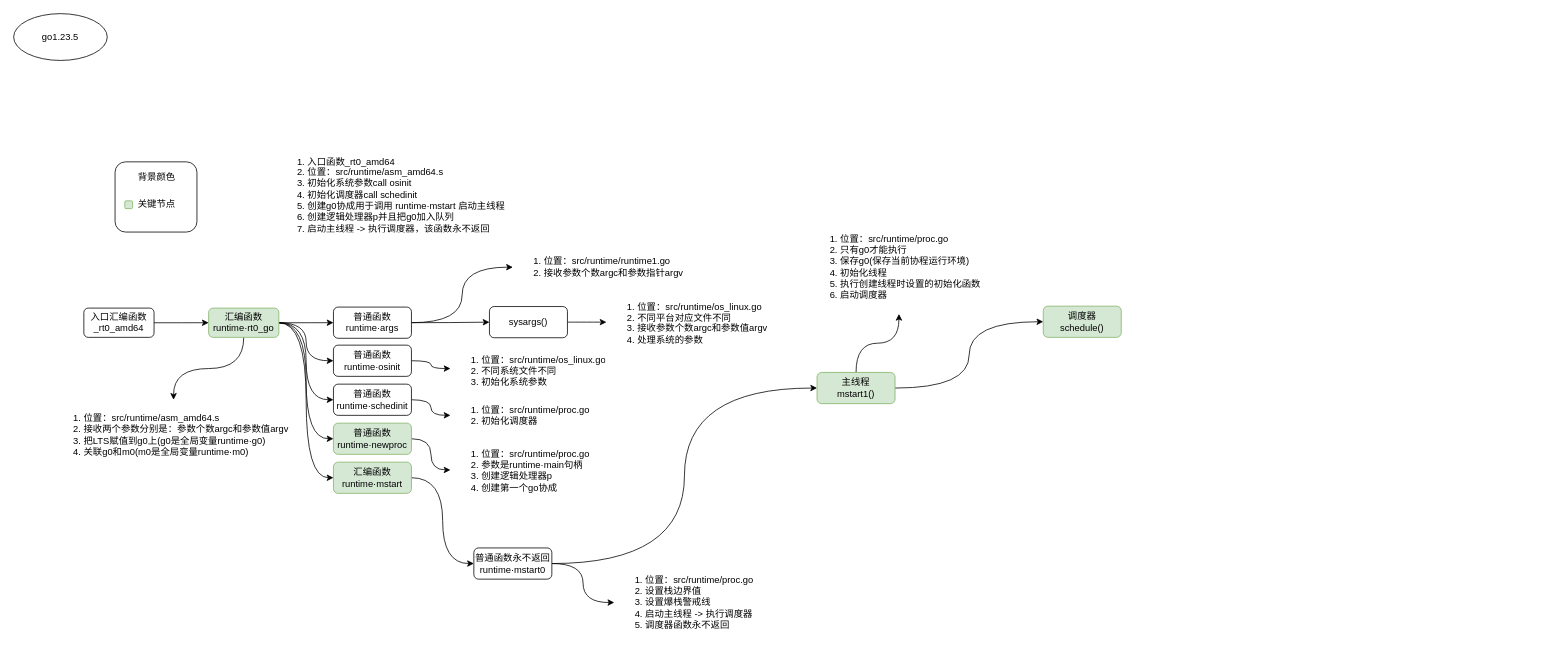
Above: book/src/MGP.drawio in fire1220/annotation-go1.23.5 (draw.io), before the change. Source tidied: cells renumbered, new cells numbered last; positions are measured from the earlier drawing's top-left corner, leaving out a move shared by most shapes. Both pictures are drawn from the tidied source at 78%, with x=0, y=0 at pixel (13, 13).
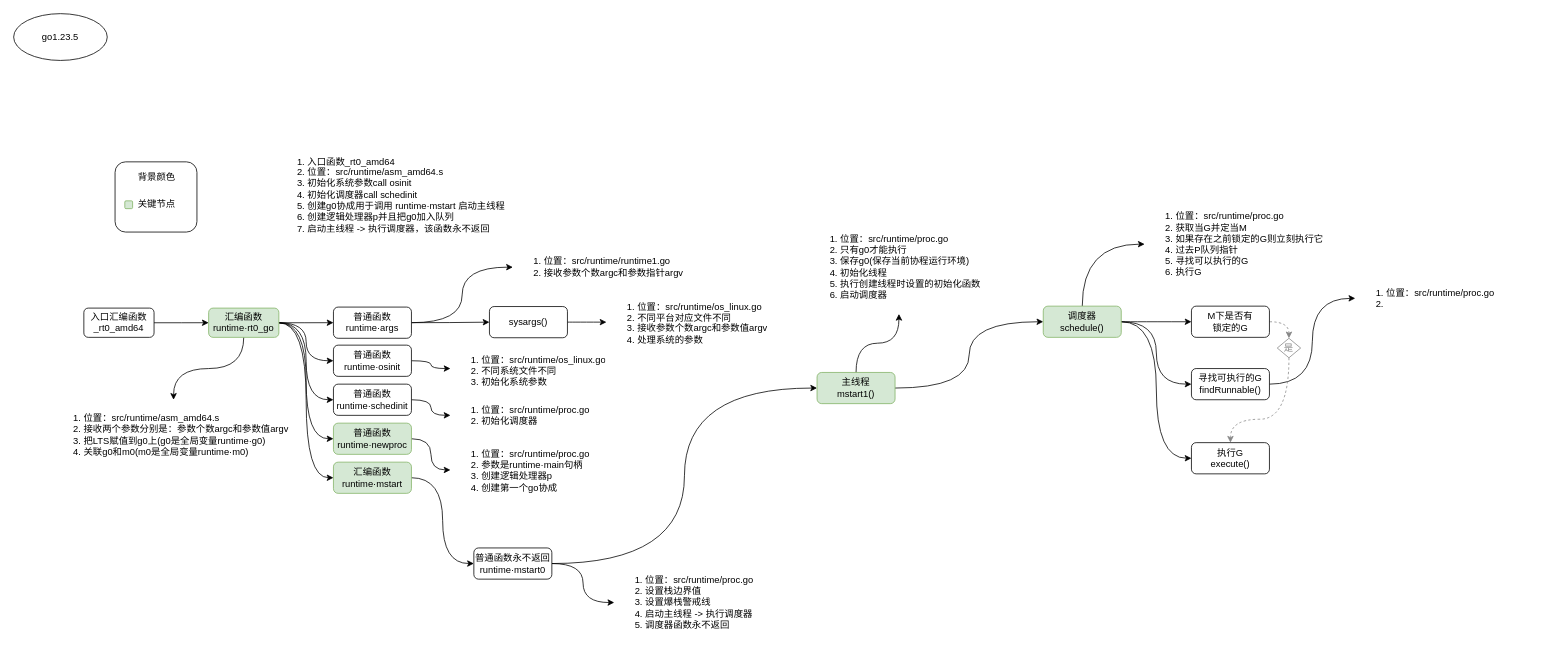
The same diagram, later.

Unchanged cells that the change refers to:
```xml
<mxCell id="40" value="调度器&lt;br&gt;schedule()" style="rounded=1;whiteSpace=wrap;html=1;labelBackgroundColor=none;fontSize=12;align=center;fillColor=#d5e8d4;strokeColor=#82b366;" parent="1" vertex="1">
  <mxGeometry x="1320" y="375" width="100" height="40" as="geometry" />
</mxCell>
```

Diff of the diagram source:
```diff
@@
+    <mxCell id="46" style="edgeStyle=orthogonalEdgeStyle;curved=1;rounded=0;jettySize=auto;html=1;entryX=0;entryY=0.5;entryDx=0;entryDy=0;fontSize=12;strokeWidth=1;exitX=0.5;exitY=0;exitDx=0;exitDy=0;" parent="1" edge="1" source="40" target="52">
+      <mxGeometry relative="1" as="geometry" />
+    </mxCell>
+    <mxCell id="47" style="edgeStyle=orthogonalEdgeStyle;curved=1;rounded=0;jettySize=auto;html=1;entryX=0;entryY=0.5;entryDx=0;entryDy=0;fontSize=12;strokeWidth=1;" parent="1" edge="1" source="40" target="51">
+      <mxGeometry relative="1" as="geometry" />
+    </mxCell>
+    <mxCell id="48" style="edgeStyle=orthogonalEdgeStyle;curved=1;rounded=0;jettySize=auto;html=1;entryX=0;entryY=0.5;entryDx=0;entryDy=0;fontSize=12;strokeWidth=1;" parent="1" edge="1" source="40" target="54">
+      <mxGeometry relative="1" as="geometry" />
+    </mxCell>
+    <mxCell id="49" style="edgeStyle=orthogonalEdgeStyle;curved=1;rounded=0;jettySize=auto;html=1;entryX=0;entryY=0.5;entryDx=0;entryDy=0;fontSize=12;strokeWidth=1;" parent="1" edge="1" source="40" target="55">
+      <mxGeometry relative="1" as="geometry" />
+    </mxCell>
@@
+    <mxCell id="50" style="edgeStyle=orthogonalEdgeStyle;curved=1;rounded=0;jettySize=auto;html=1;entryX=0.5;entryY=0;entryDx=0;entryDy=0;fontSize=12;strokeWidth=1;fontColor=#C6C6C6;dashed=1;strokeColor=#868686;" parent="1" edge="1" source="51" target="57">
+      <mxGeometry relative="1" as="geometry" />
+    </mxCell>
+    <mxCell id="51" value="M下是否有&lt;br&gt;锁定的G" style="rounded=1;whiteSpace=wrap;html=1;labelBackgroundColor=none;fontSize=12;align=center;" parent="1" vertex="1">
+      <mxGeometry x="1510" y="375" width="100" height="40" as="geometry" />
+    </mxCell>
+    <mxCell id="52" value="&lt;ol&gt;&lt;li&gt;&lt;span style=&quot;font-size: 12px ; text-align: center&quot;&gt;位置：&lt;/span&gt;src/runtime/proc.go&lt;/li&gt;&lt;li&gt;获取当G并定当M&lt;/li&gt;&lt;li&gt;如果存在之前锁定的G则立刻执行它&lt;/li&gt;&lt;li&gt;过去P队列指针&lt;/li&gt;&lt;li&gt;寻找可以执行的G&lt;/li&gt;&lt;li&gt;执行G&lt;/li&gt;&lt;/ol&gt;" style="text;strokeColor=none;fillColor=none;html=1;verticalAlign=middle;overflow=hidden;align=left;spacing=0;labelBorderColor=none;labelBackgroundColor=none;imageWidth=24;imageHeight=24;arcSize=12;fontSize=12;absoluteArcSize=0;fillOpacity=100;" parent="1" vertex="1">
+      <mxGeometry x="1450" y="235.5" width="240" height="120" as="geometry" />
+    </mxCell>
+    <mxCell id="53" style="edgeStyle=orthogonalEdgeStyle;curved=1;rounded=0;jettySize=auto;html=1;entryX=0;entryY=0.5;entryDx=0;entryDy=0;fontSize=12;strokeWidth=1;" parent="1" edge="1" source="54" target="58">
+      <mxGeometry relative="1" as="geometry" />
+    </mxCell>
+    <mxCell id="54" value="寻找可执行的G&lt;br&gt;findRunnable()" style="rounded=1;whiteSpace=wrap;html=1;labelBackgroundColor=none;fontSize=12;align=center;" parent="1" vertex="1">
+      <mxGeometry x="1510" y="455" width="100" height="40" as="geometry" />
+    </mxCell>
+    <mxCell id="55" value="执行G&lt;br&gt;execute()" style="rounded=1;whiteSpace=wrap;html=1;labelBackgroundColor=none;fontSize=12;align=center;" parent="1" vertex="1">
+      <mxGeometry x="1510" y="550" width="100" height="40" as="geometry" />
+    </mxCell>
+    <mxCell id="56" style="rounded=0;jettySize=auto;html=1;entryX=0.5;entryY=0;entryDx=0;entryDy=0;fontSize=12;strokeWidth=1;exitX=0.5;exitY=1;exitDx=0;exitDy=0;dashed=1;fontColor=#868686;strokeColor=#868686;edgeStyle=orthogonalEdgeStyle;curved=1;" parent="1" edge="1" source="57" target="55">
+      <mxGeometry relative="1" as="geometry">
+        <Array as="points">
+          <mxPoint x="1635" y="520" />
+          <mxPoint x="1560" y="520" />
+        </Array>
+      </mxGeometry>
+    </mxCell>
+    <mxCell id="57" value="是" style="rhombus;whiteSpace=wrap;html=1;labelBackgroundColor=none;fontSize=12;fillColor=none;align=center;strokeColor=#868686;fontColor=#868686;" parent="1" vertex="1">
+      <mxGeometry x="1620" y="416.2" width="30" height="25" as="geometry" />
+    </mxCell>
+    <mxCell id="58" value="&lt;ol&gt;&lt;li&gt;&lt;span style=&quot;font-size: 12px ; text-align: center&quot;&gt;位置：&lt;/span&gt;src/runtime/proc.go&lt;/li&gt;&lt;li&gt;&lt;br&gt;&lt;/li&gt;&lt;/ol&gt;" style="text;strokeColor=none;fillColor=none;html=1;verticalAlign=middle;overflow=hidden;align=left;spacing=0;labelBorderColor=none;labelBackgroundColor=none;imageWidth=24;imageHeight=24;arcSize=12;fontSize=12;absoluteArcSize=0;fillOpacity=100;" parent="1" vertex="1">
+      <mxGeometry x="1720" y="305" width="240" height="120" as="geometry" />
+    </mxCell>
```
